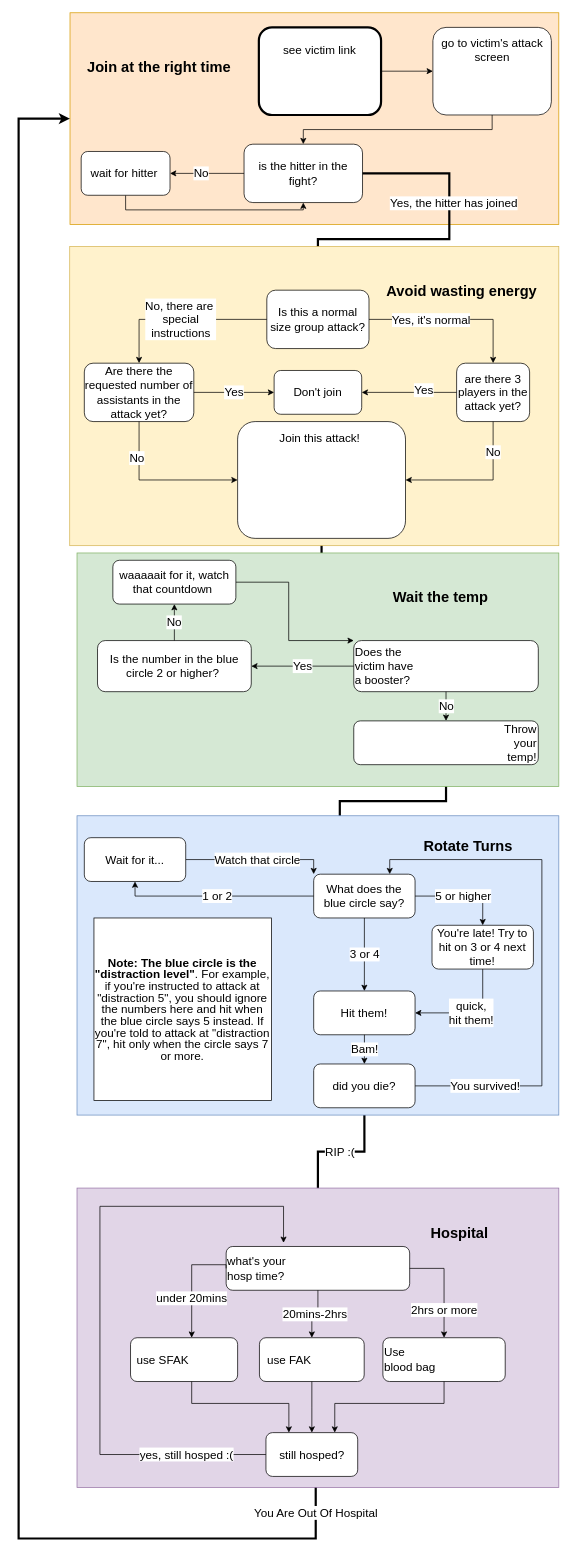
Before: Untitled Diagram.drawio in pomatias/pomatias.github.io, a draw.io diagram. Source tidied: cells renumbered, new cells numbered last; positions are measured from the earlier drawing's top-left corner, leaving out a move shared by most shapes. Both pictures are drawn from the tidied source at 73%, with x=0, y=0 at pixel (18, 12).
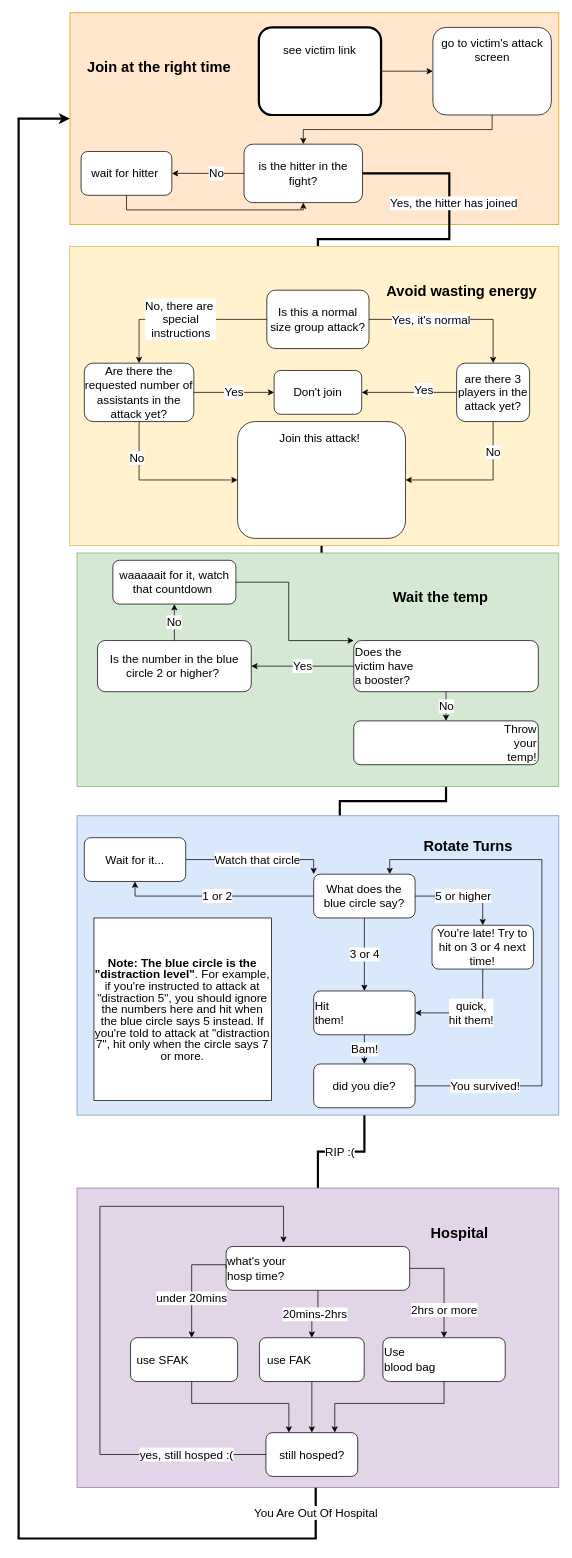
After the change.

Commit message:
rainbow-whatever

Unchanged cells that the change refers to:
```xml
<mxCell id="2" style="group;fontSize=16;labelBackgroundColor=none;strokeColor=none;" parent="1" vertex="1">
  <mxGeometry x="40" width="700" height="290" as="geometry" />
</mxCell>
<mxCell id="7" value="is the hitter in the fight?" style="rounded=1;whiteSpace=wrap;html=1;fontSize=16;" parent="2" vertex="1">
  <mxGeometry x="268.8" y="180" width="162.3" height="80" as="geometry" />
</mxCell>
```

The edit, as a diff of the source:
```diff
@@
     <mxCell id="10" value="wait for hitter&amp;nbsp;" style="rounded=1;whiteSpace=wrap;html=1;fontSize=16;" parent="2" vertex="1">
-      <mxGeometry x="45.7" y="190" width="121.7" height="60" as="geometry" />
+      <mxGeometry x="45.6" y="190" width="124.3" height="60" as="geometry" />
     </mxCell>
     <mxCell id="11" value="No" style="edgeStyle=orthogonalEdgeStyle;rounded=0;jettySize=auto;html=1;fontSize=16;" parent="2" edge="1" source="7" target="10">
-      <mxGeometry x="0.16" relative="1" as="geometry" />
+      <mxGeometry x="-0.23" relative="1" as="geometry" />
     </mxCell>
@@
-    <mxCell id="49" value="Hit them!" style="rounded=1;whiteSpace=wrap;html=1;fontSize=16;" parent="1" vertex="1">
+    <mxCell id="49" value="Hit &lt;br&gt;them!" style="rounded=1;whiteSpace=wrap;html=1;fontSize=16;align=left;" parent="1" vertex="1">
       <mxGeometry x="404.2" y="1340" width="138.9" height="60" as="geometry" />
     </mxCell>
```
